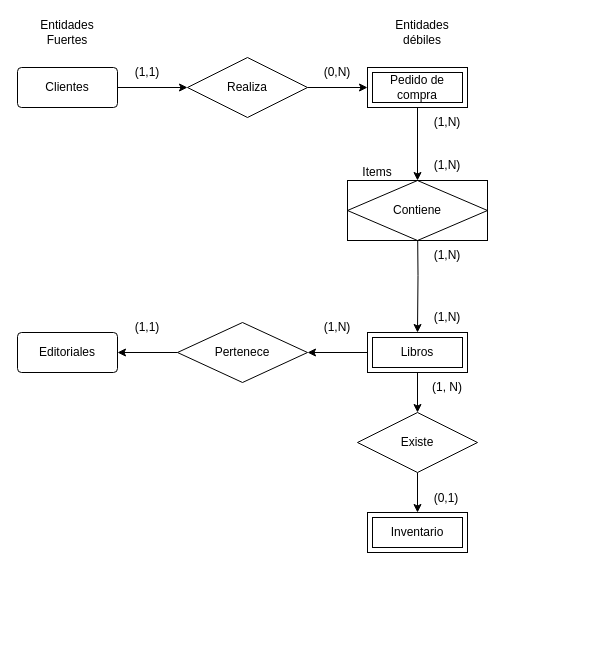
ivazquez-07/database-modeller-excersises keeps this draw.io diagram as ClubDelLibro.drawio. Above is the earlier version. Source tidied: cells renumbered, new cells numbered last; positions are measured from the earlier drawing's top-left corner, leaving out a move shared by most shapes. Both pictures are drawn from the tidied source at 100%, with x=0, y=0 at pixel (17, 17).
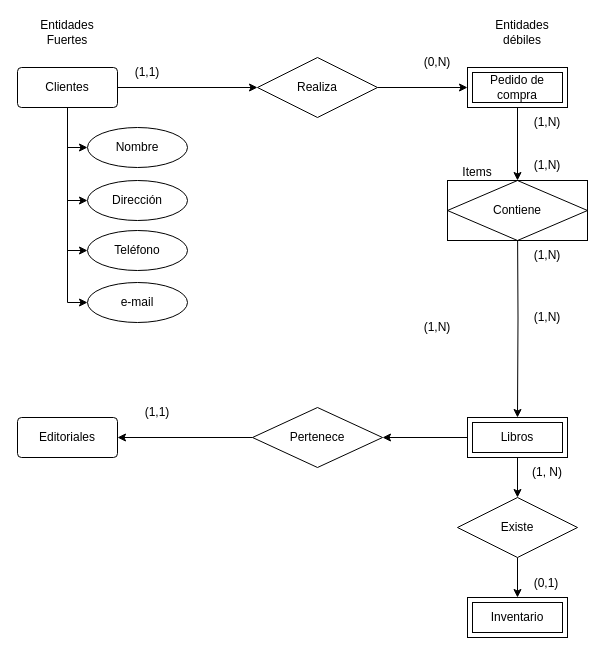
After the change.

Commit message:
Agregamos atributos al Cliente

Unchanged cells that the change refers to:
```xml
<mxCell id="3" value="Clientes" style="rounded=1;arcSize=10;whiteSpace=wrap;html=1;align=center;" parent="1" vertex="1">
  <mxGeometry y="50" width="100" height="40" as="geometry" />
</mxCell>
```

Diff of the diagram source:
```diff
@@
+    <mxCell id="32" style="edgeStyle=orthogonalEdgeStyle;rounded=0;jettySize=auto;html=1;exitX=0.5;exitY=1;exitDx=0;exitDy=0;entryX=0;entryY=0.5;entryDx=0;entryDy=0;" parent="1" edge="1" source="3" target="36">
+      <mxGeometry relative="1" as="geometry" />
+    </mxCell>
+    <mxCell id="33" style="edgeStyle=orthogonalEdgeStyle;rounded=0;jettySize=auto;html=1;exitX=0.5;exitY=1;exitDx=0;exitDy=0;entryX=0;entryY=0.5;entryDx=0;entryDy=0;" parent="1" edge="1" source="3" target="37">
+      <mxGeometry relative="1" as="geometry" />
+    </mxCell>
+    <mxCell id="34" style="edgeStyle=orthogonalEdgeStyle;rounded=0;jettySize=auto;html=1;exitX=0.5;exitY=1;exitDx=0;exitDy=0;entryX=0;entryY=0.5;entryDx=0;entryDy=0;" parent="1" edge="1" source="3" target="38">
+      <mxGeometry relative="1" as="geometry" />
+    </mxCell>
+    <mxCell id="35" style="edgeStyle=orthogonalEdgeStyle;rounded=0;jettySize=auto;html=1;exitX=0.5;exitY=1;exitDx=0;exitDy=0;entryX=0;entryY=0.5;entryDx=0;entryDy=0;" parent="1" edge="1" source="3" target="39">
+      <mxGeometry relative="1" as="geometry" />
+    </mxCell>
@@
     <mxCell id="5" value="Pedido de compra" style="shape=ext;margin=3;double=1;whiteSpace=wrap;html=1;align=center;" parent="1" vertex="1">
-      <mxGeometry x="350" y="50" width="100" height="40" as="geometry" />
+      <mxGeometry x="450" y="50" width="100" height="40" as="geometry" />
     </mxCell>
     <mxCell id="6" value="Editoriales" style="rounded=1;arcSize=10;whiteSpace=wrap;html=1;align=center;" parent="1" vertex="1">
-      <mxGeometry y="315" width="100" height="40" as="geometry" />
+      <mxGeometry y="400" width="100" height="40" as="geometry" />
     </mxCell>
     <mxCell id="7" value="Inventario" style="shape=ext;margin=3;double=1;whiteSpace=wrap;html=1;align=center;" parent="1" vertex="1">
-      <mxGeometry x="350" y="495" width="100" height="40" as="geometry" />
+      <mxGeometry x="450" y="580" width="100" height="40" as="geometry" />
     </mxCell>
@@
     <mxCell id="9" value="Entidades débiles" style="text;html=1;align=center;verticalAlign=middle;whiteSpace=wrap;rounded=0;strokeColor=none;fillColor=none;" parent="1" vertex="1">
-      <mxGeometry x="375" width="60" height="30" as="geometry" />
+      <mxGeometry x="475" width="60" height="30" as="geometry" />
     </mxCell>
@@
     <mxCell id="12" value="Libros" style="shape=ext;margin=3;double=1;whiteSpace=wrap;html=1;align=center;" parent="1" vertex="1">
-      <mxGeometry x="350" y="315" width="100" height="40" as="geometry" />
+      <mxGeometry x="450" y="400" width="100" height="40" as="geometry" />
     </mxCell>
-    <mxCell id="13" style="edgeStyle=orthogonalEdgeStyle;rounded=0;jettySize=auto;html=1;" parent="1" edge="1" source="14" target="5">
+    <mxCell id="13" style="edgeStyle=orthogonalEdgeStyle;rounded=0;jettySize=auto;html=1;exitX=1;exitY=0.5;exitDx=0;exitDy=0;" parent="1" edge="1" source="14" target="5">
       <mxGeometry relative="1" as="geometry" />
     </mxCell>
     <mxCell id="14" value="Realiza" style="shape=rhombus;perimeter=rhombusPerimeter;whiteSpace=wrap;html=1;align=center;" parent="1" vertex="1">
-      <mxGeometry x="170" y="40" width="120" height="60" as="geometry" />
+      <mxGeometry x="240" y="40" width="120" height="60" as="geometry" />
     </mxCell>
     <mxCell id="15" style="edgeStyle=orthogonalEdgeStyle;rounded=0;jettySize=auto;html=1;" parent="1" edge="1" target="12">
       <mxGeometry relative="1" as="geometry">
-        <mxPoint x="400" y="200" as="sourcePoint" />
+        <mxPoint x="500" y="200" as="sourcePoint" />
       </mxGeometry>
     </mxCell>
@@
     <mxCell id="17" value="(0,N)" style="text;html=1;align=center;verticalAlign=middle;whiteSpace=wrap;rounded=0;" parent="1" vertex="1">
-      <mxGeometry x="290" y="40" width="60" height="30" as="geometry" />
+      <mxGeometry x="390" y="30" width="60" height="30" as="geometry" />
     </mxCell>
     <mxCell id="18" value="(1,N)" style="text;html=1;align=center;verticalAlign=middle;whiteSpace=wrap;rounded=0;" parent="1" vertex="1">
-      <mxGeometry x="400" y="90" width="60" height="30" as="geometry" />
+      <mxGeometry x="500" y="90" width="60" height="30" as="geometry" />
     </mxCell>
     <mxCell id="19" value="(1,N)" style="text;html=1;align=center;verticalAlign=middle;whiteSpace=wrap;rounded=0;" parent="1" vertex="1">
-      <mxGeometry x="400" y="223" width="60" height="30" as="geometry" />
+      <mxGeometry x="500" y="223" width="60" height="30" as="geometry" />
     </mxCell>
@@
     <mxCell id="21" value="Pertenece" style="shape=rhombus;perimeter=rhombusPerimeter;whiteSpace=wrap;html=1;align=center;" parent="1" vertex="1">
-      <mxGeometry x="160" y="305" width="130" height="60" as="geometry" />
+      <mxGeometry x="235" y="390" width="130" height="60" as="geometry" />
     </mxCell>
     <mxCell id="22" value="(1,N)" style="text;html=1;align=center;verticalAlign=middle;whiteSpace=wrap;rounded=0;" parent="1" vertex="1">
-      <mxGeometry x="290" y="295" width="60" height="30" as="geometry" />
+      <mxGeometry x="390" y="295" width="60" height="30" as="geometry" />
     </mxCell>
     <mxCell id="23" value="(1,1)" style="text;html=1;align=center;verticalAlign=middle;whiteSpace=wrap;rounded=0;" parent="1" vertex="1">
-      <mxGeometry x="100" y="295" width="60" height="30" as="geometry" />
+      <mxGeometry x="110" y="380" width="60" height="30" as="geometry" />
     </mxCell>
@@
     <mxCell id="25" value="Existe" style="shape=rhombus;perimeter=rhombusPerimeter;whiteSpace=wrap;html=1;align=center;" parent="1" vertex="1">
-      <mxGeometry x="340" y="395" width="120" height="60" as="geometry" />
+      <mxGeometry x="440" y="480" width="120" height="60" as="geometry" />
     </mxCell>
     <mxCell id="26" value="(1, N)" style="text;html=1;align=center;verticalAlign=middle;whiteSpace=wrap;rounded=0;" parent="1" vertex="1">
-      <mxGeometry x="400" y="355" width="60" height="30" as="geometry" />
+      <mxGeometry x="500" y="440" width="60" height="30" as="geometry" />
     </mxCell>
     <mxCell id="27" value="(0,1)" style="text;html=1;align=center;verticalAlign=middle;whiteSpace=wrap;rounded=0;" parent="1" vertex="1">
-      <mxGeometry x="399" y="466" width="60" height="30" as="geometry" />
+      <mxGeometry x="499" y="551" width="60" height="30" as="geometry" />
     </mxCell>
     <mxCell id="28" value="Contiene" style="shape=associativeEntity;whiteSpace=wrap;html=1;align=center;" parent="1" vertex="1">
-      <mxGeometry x="330" y="163" width="140" height="60" as="geometry" />
+      <mxGeometry x="430" y="163" width="140" height="60" as="geometry" />
     </mxCell>
     <mxCell id="29" value="Items" style="text;html=1;align=center;verticalAlign=middle;whiteSpace=wrap;rounded=0;" parent="1" vertex="1">
-      <mxGeometry x="330" y="140" width="60" height="30" as="geometry" />
+      <mxGeometry x="430" y="140" width="60" height="30" as="geometry" />
     </mxCell>
     <mxCell id="30" value="(1,N)" style="text;html=1;align=center;verticalAlign=middle;whiteSpace=wrap;rounded=0;" parent="1" vertex="1">
-      <mxGeometry x="400" y="133" width="60" height="30" as="geometry" />
+      <mxGeometry x="500" y="133" width="60" height="30" as="geometry" />
     </mxCell>
     <mxCell id="31" value="(1,N)" style="text;html=1;align=center;verticalAlign=middle;whiteSpace=wrap;rounded=0;" parent="1" vertex="1">
-      <mxGeometry x="400" y="285" width="60" height="30" as="geometry" />
+      <mxGeometry x="500" y="285" width="60" height="30" as="geometry" />
     </mxCell>
+    <mxCell id="36" value="Nombre" style="ellipse;whiteSpace=wrap;html=1;align=center;" parent="1" vertex="1">
+      <mxGeometry x="70" y="110" width="100" height="40" as="geometry" />
+    </mxCell>
+    <mxCell id="37" value="Dirección" style="ellipse;whiteSpace=wrap;html=1;align=center;" parent="1" vertex="1">
+      <mxGeometry x="70" y="163" width="100" height="40" as="geometry" />
+    </mxCell>
+    <mxCell id="38" value="Teléfono" style="ellipse;whiteSpace=wrap;html=1;align=center;" parent="1" vertex="1">
+      <mxGeometry x="70" y="213" width="100" height="40" as="geometry" />
+    </mxCell>
+    <mxCell id="39" value="e-mail" style="ellipse;whiteSpace=wrap;html=1;align=center;" parent="1" vertex="1">
+      <mxGeometry x="70" y="265" width="100" height="40" as="geometry" />
+    </mxCell>
```
